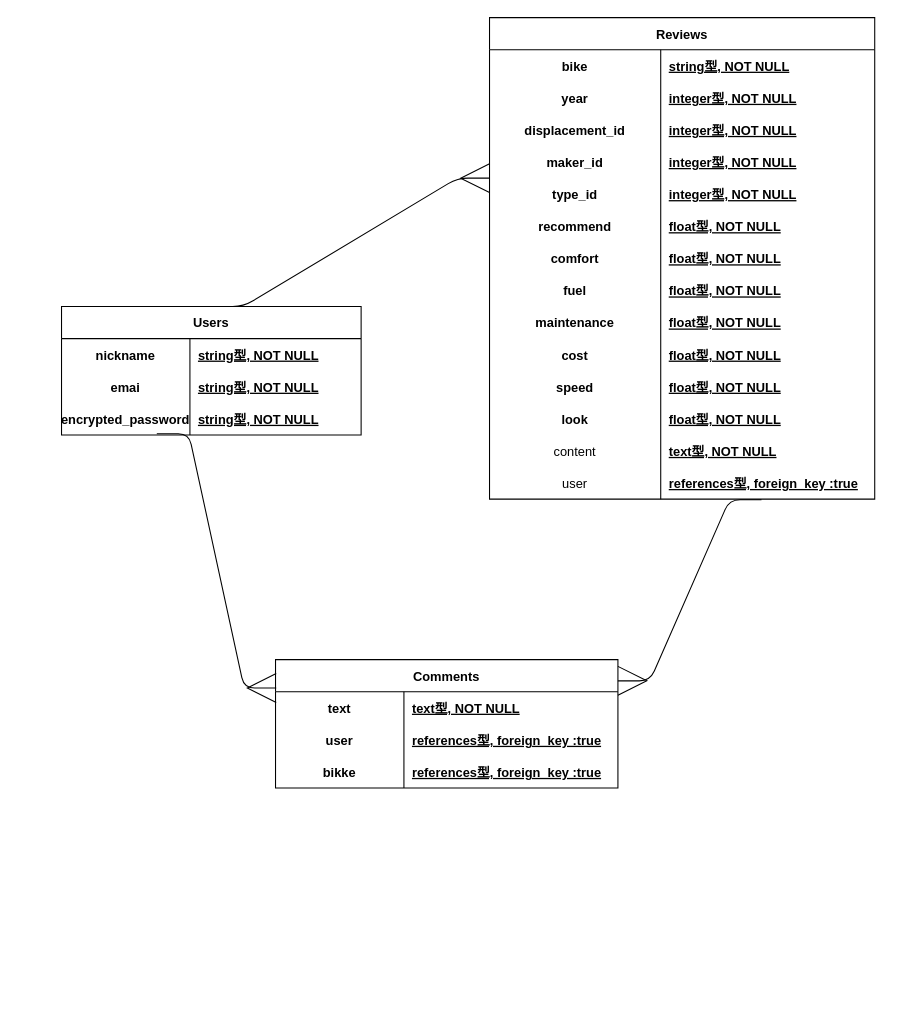
Earlier version of the draw.io diagram database.drawio (Miyayan-k/bikke). Source tidied: cells renumbered, new cells numbered last; positions are measured from the earlier drawing's top-left corner, leaving out a move shared by most shapes. Both pictures are drawn from the tidied source at 107%, with x=0, y=0 at pixel (61, 17).
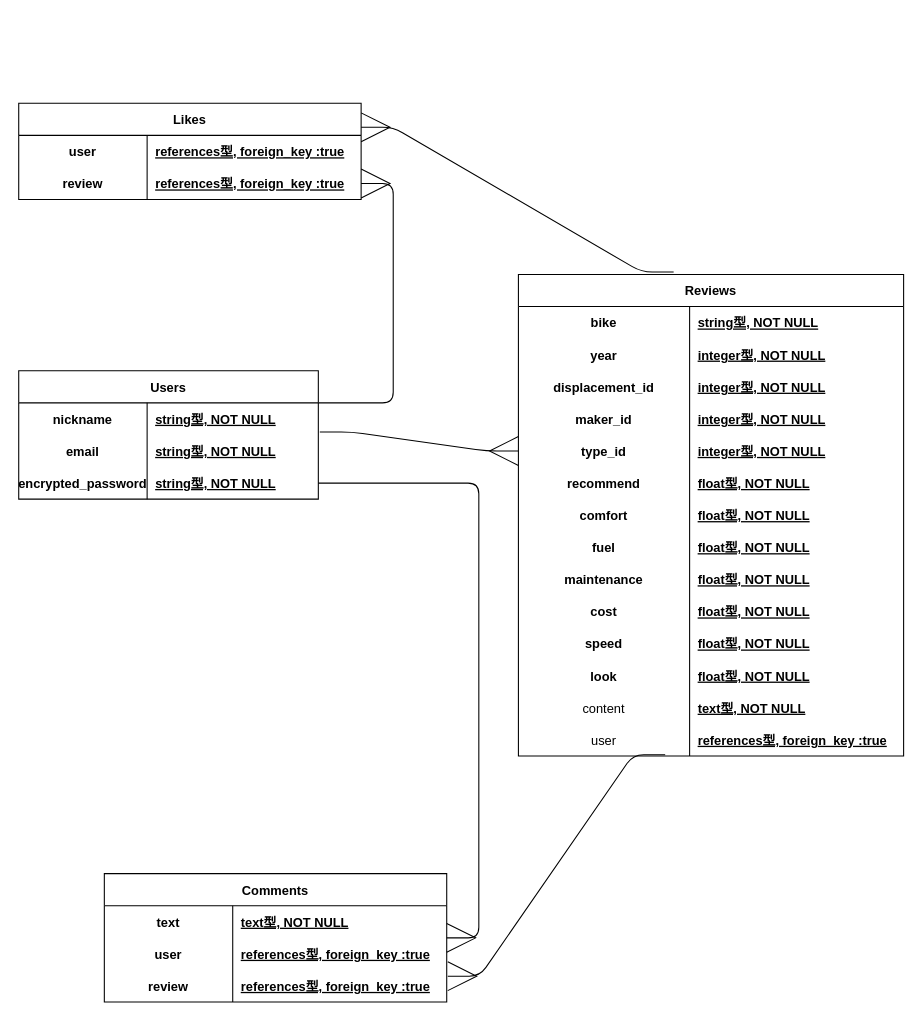
After the change.

Commit message (it also covers changes not shown here):
いいね機能実装準備

Unchanged cells that the change refers to:
```xml
<mxCell id="3" style="shape=partialRectangle;fillColor=none;top=0;left=0;bottom=0;right=0;points=[[0,0.5],[1,0.5]];portConstraint=eastwest;" parent="2" vertex="1">
  <mxGeometry y="30" width="280" height="30" as="geometry" />
</mxCell>
<mxCell id="6" style="shape=partialRectangle;fillColor=none;top=0;left=0;bottom=0;right=0;" parent="2" vertex="1">
  <mxGeometry y="60" width="280" height="30" as="geometry" />
</mxCell>
<mxCell id="9" style="shape=partialRectangle;fillColor=none;top=0;left=0;bottom=0;right=0;points=[[0,0.5],[1,0.5]];portConstraint=eastwest;" parent="2" vertex="1">
  <mxGeometry y="90" width="280" height="30" as="geometry" />
</mxCell>
<mxCell id="25" style="shape=partialRectangle;fillColor=none;top=0;left=0;bottom=0;right=0;points=[[0,0.5],[1,0.5]];portConstraint=eastwest;" parent="12" vertex="1">
  <mxGeometry y="150" width="360" height="30" as="geometry" />
</mxCell>
<mxCell id="52" style="shape=partialRectangle;fillColor=none;top=0;left=0;bottom=0;right=0;points=[[0,0.5],[1,0.5]];portConstraint=eastwest;" parent="12" vertex="1">
  <mxGeometry y="420" width="360" height="30" as="geometry" />
</mxCell>
<mxCell id="56" style="shape=partialRectangle;fillColor=none;top=0;left=0;bottom=0;right=0;points=[[0,0.5],[1,0.5]];portConstraint=eastwest;" parent="55" vertex="1">
  <mxGeometry y="30" width="320" height="30" as="geometry" />
</mxCell>
<mxCell id="62" style="shape=partialRectangle;fillColor=none;top=0;left=0;bottom=0;right=0;points=[[0,0.5],[1,0.5]];portConstraint=eastwest;" parent="55" vertex="1">
  <mxGeometry y="90" width="320" height="30" as="geometry" />
</mxCell>
```

Diff of the diagram source:
```diff
@@
     <mxCell id="2" value="Users" style="shape=table;startSize=30;childLayout=tableLayout;rowLines=0;fontStyle=1;align=center;" parent="1" vertex="1">
-      <mxGeometry y="270" width="280" height="120" as="geometry" />
+      <mxGeometry x="-40" y="330" width="280" height="120" as="geometry" />
     </mxCell>
@@
-    <mxCell id="7" value="emai" style="shape=partialRectangle;fillColor=none;top=0;left=0;bottom=0;right=0;fontStyle=1;overflow=hidden;" parent="6" vertex="1">
+    <mxCell id="7" value="email" style="shape=partialRectangle;fillColor=none;top=0;left=0;bottom=0;right=0;fontStyle=1;overflow=hidden;" parent="6" vertex="1">
       <mxGeometry width="120" height="30" as="geometry" />
     </mxCell>
@@
     <mxCell id="12" value="Reviews" style="shape=table;startSize=30;childLayout=tableLayout;rowLines=0;fontStyle=1;align=center;" parent="1" vertex="1">
-      <mxGeometry x="400" width="360" height="450" as="geometry" />
+      <mxGeometry x="427" y="240" width="360" height="450" as="geometry" />
     </mxCell>
@@
     <mxCell id="55" value="Comments" style="shape=table;startSize=30;childLayout=tableLayout;rowLines=0;fontStyle=1;align=center;" parent="1" vertex="1">
-      <mxGeometry x="200" y="600" width="320" height="120" as="geometry" />
+      <mxGeometry x="40" y="800" width="320" height="120" as="geometry" />
     </mxCell>
@@
-    <mxCell id="63" value="bikke" style="shape=partialRectangle;fillColor=none;top=0;left=0;bottom=0;right=0;fontStyle=1;overflow=hidden;" parent="62" vertex="1">
+    <mxCell id="63" value="review" style="shape=partialRectangle;fillColor=none;top=0;left=0;bottom=0;right=0;fontStyle=1;overflow=hidden;" parent="62" vertex="1">
       <mxGeometry width="120" height="30" as="geometry" />
     </mxCell>
@@
-    <mxCell id="65" style="edgeStyle=entityRelationEdgeStyle;fontSize=12;html=1;endArrow=ERmany;exitX=0.5;exitY=0;exitDx=0;exitDy=0;entryX=0;entryY=0;entryDx=0;entryDy=0;entryPerimeter=0;endSize=25;" parent="1" edge="1" source="2" target="25">
+    <mxCell id="65" style="edgeStyle=entityRelationEdgeStyle;fontSize=12;html=1;endArrow=ERmany;entryX=0;entryY=0.5;entryDx=0;entryDy=0;endSize=25;exitX=1.005;exitY=0.908;exitDx=0;exitDy=0;exitPerimeter=0;" parent="1" edge="1" source="3" target="25">
       <mxGeometry relative="1" as="geometry" />
     </mxCell>
-    <mxCell id="66" style="edgeStyle=entityRelationEdgeStyle;fontSize=12;html=1;endArrow=ERmany;exitX=0.318;exitY=0.965;exitDx=0;exitDy=0;entryX=0.002;entryY=-0.118;entryDx=0;entryDy=0;entryPerimeter=0;endSize=25;exitPerimeter=0;" parent="1" edge="1" source="9" target="56">
+    <mxCell id="66" style="edgeStyle=entityRelationEdgeStyle;fontSize=12;html=1;endArrow=ERmany;endSize=25;exitX=1;exitY=0.5;exitDx=0;exitDy=0;" parent="1" edge="1" source="9" target="55">
       <mxGeometry relative="1" as="geometry" />
     </mxCell>
-    <mxCell id="67" style="edgeStyle=entityRelationEdgeStyle;fontSize=12;html=1;endArrow=ERmany;exitX=0.706;exitY=1.02;exitDx=0;exitDy=0;endSize=25;exitPerimeter=0;entryX=1;entryY=0.165;entryDx=0;entryDy=0;entryPerimeter=0;" parent="1" edge="1" source="52" target="55">
+    <mxCell id="67" style="edgeStyle=entityRelationEdgeStyle;fontSize=12;html=1;endArrow=ERmany;endSize=25;entryX=1.003;entryY=0.194;entryDx=0;entryDy=0;entryPerimeter=0;exitX=0.381;exitY=0.961;exitDx=0;exitDy=0;exitPerimeter=0;" parent="1" edge="1" source="52" target="62">
       <mxGeometry relative="1" as="geometry" />
     </mxCell>
+    <mxCell id="68" value="Likes" style="shape=table;startSize=30;childLayout=tableLayout;rowLines=0;fontStyle=1;align=center;" parent="1" vertex="1">
+      <mxGeometry x="-40" y="80" width="320" height="90" as="geometry" />
+    </mxCell>
+    <mxCell id="69" style="shape=partialRectangle;fillColor=none;top=0;left=0;bottom=0;right=0;" parent="68" vertex="1">
+      <mxGeometry y="30" width="320" height="30" as="geometry" />
+    </mxCell>
+    <mxCell id="70" value="user" style="shape=partialRectangle;fillColor=none;top=0;left=0;bottom=0;right=0;fontStyle=1;overflow=hidden;" parent="69" vertex="1">
+      <mxGeometry width="120" height="30" as="geometry" />
+    </mxCell>
+    <mxCell id="71" value="references型, foreign_key :true" style="shape=partialRectangle;fillColor=none;top=0;left=0;bottom=0;right=0;align=left;spacingLeft=6;fontStyle=5;overflow=hidden;" parent="69" vertex="1">
+      <mxGeometry x="120" width="200" height="30" as="geometry" />
+    </mxCell>
+    <mxCell id="72" style="shape=partialRectangle;fillColor=none;top=0;left=0;bottom=0;right=0;points=[[0,0.5],[1,0.5]];portConstraint=eastwest;" parent="68" vertex="1">
+      <mxGeometry y="60" width="320" height="30" as="geometry" />
+    </mxCell>
+    <mxCell id="73" value="review" style="shape=partialRectangle;fillColor=none;top=0;left=0;bottom=0;right=0;fontStyle=1;overflow=hidden;" parent="72" vertex="1">
+      <mxGeometry width="120" height="30" as="geometry" />
+    </mxCell>
+    <mxCell id="74" value="references型, foreign_key :true" style="shape=partialRectangle;fillColor=none;top=0;left=0;bottom=0;right=0;align=left;spacingLeft=6;fontStyle=5;overflow=hidden;" parent="72" vertex="1">
+      <mxGeometry x="120" width="200" height="30" as="geometry" />
+    </mxCell>
+    <mxCell id="75" style="edgeStyle=entityRelationEdgeStyle;fontSize=12;html=1;endArrow=ERmany;entryX=1;entryY=0.25;entryDx=0;entryDy=0;endSize=25;exitX=0.403;exitY=-0.005;exitDx=0;exitDy=0;exitPerimeter=0;" parent="1" edge="1" source="12" target="68">
+      <mxGeometry relative="1" as="geometry" />
+    </mxCell>
+    <mxCell id="76" style="edgeStyle=entityRelationEdgeStyle;fontSize=12;html=1;endArrow=ERmany;exitX=1;exitY=0;exitDx=0;exitDy=0;endSize=25;exitPerimeter=0;" parent="1" edge="1" source="3" target="72">
+      <mxGeometry relative="1" as="geometry" />
+    </mxCell>
```
